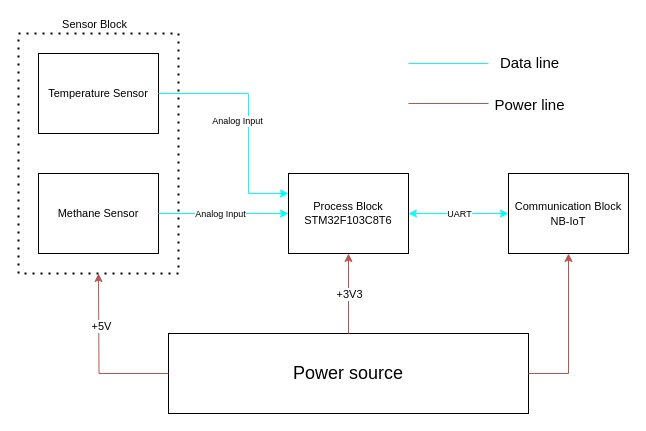
Before: Project_overall.drawio in K2ayzz/ForDrawIO, a draw.io diagram. Source tidied: cells renumbered, new cells numbered last; positions are measured from the earlier drawing's top-left corner, leaving out a move shared by most shapes. Both pictures are drawn from the tidied source at 100%, with x=0, y=0 at pixel (18, 33).
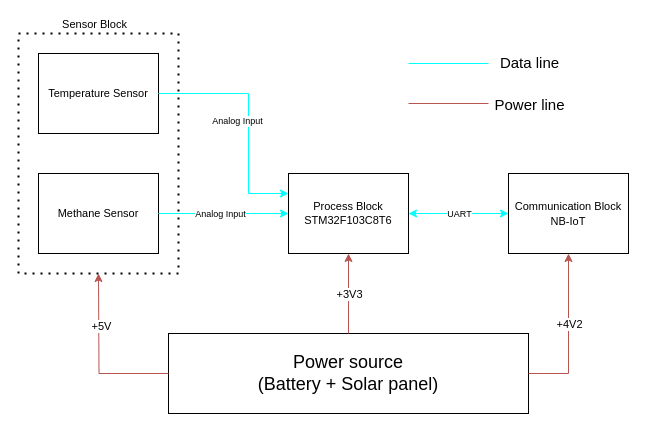
The same page after the edit.

Commit message:
Cập nhật Project_overall.drawio

The change refers to these unchanged cells:
```xml
<mxCell id="8" style="edgeStyle=orthogonalEdgeStyle;rounded=0;jettySize=auto;html=1;entryX=0.5;entryY=1;entryDx=0;entryDy=0;exitX=1;exitY=0.5;exitDx=0;exitDy=0;fillColor=#f8cecc;gradientColor=#ea6b66;strokeColor=#b85450;" parent="1" edge="1" source="2" target="7">
  <mxGeometry relative="1" as="geometry" />
</mxCell>
```

Change to the diagram source:
```diff
@@
-    <mxCell id="2" value="&lt;font style=&quot;font-size: 18px;&quot;&gt;Power source&lt;/font&gt;" style="rounded=0;whiteSpace=wrap;html=1;" parent="1" vertex="1">
+    <mxCell id="2" value="&lt;font style=&quot;font-size: 18px;&quot;&gt;Power source&lt;/font&gt;&lt;div&gt;&lt;font style=&quot;font-size: 18px;&quot;&gt;(Battery + Solar panel)&lt;/font&gt;&lt;/div&gt;" style="rounded=0;whiteSpace=wrap;html=1;" parent="1" vertex="1">
       <mxGeometry x="150" y="300" width="360" height="80" as="geometry" />
     </mxCell>
@@
+    <mxCell id="24" value="+4V2" style="edgeLabel;html=1;align=center;verticalAlign=middle;" parent="8" vertex="1">
+      <mxGeometry x="0.35" y="-4" relative="1" as="geometry">
+        <mxPoint x="-4" y="18" as="offset" />
+      </mxGeometry>
+    </mxCell>
```
